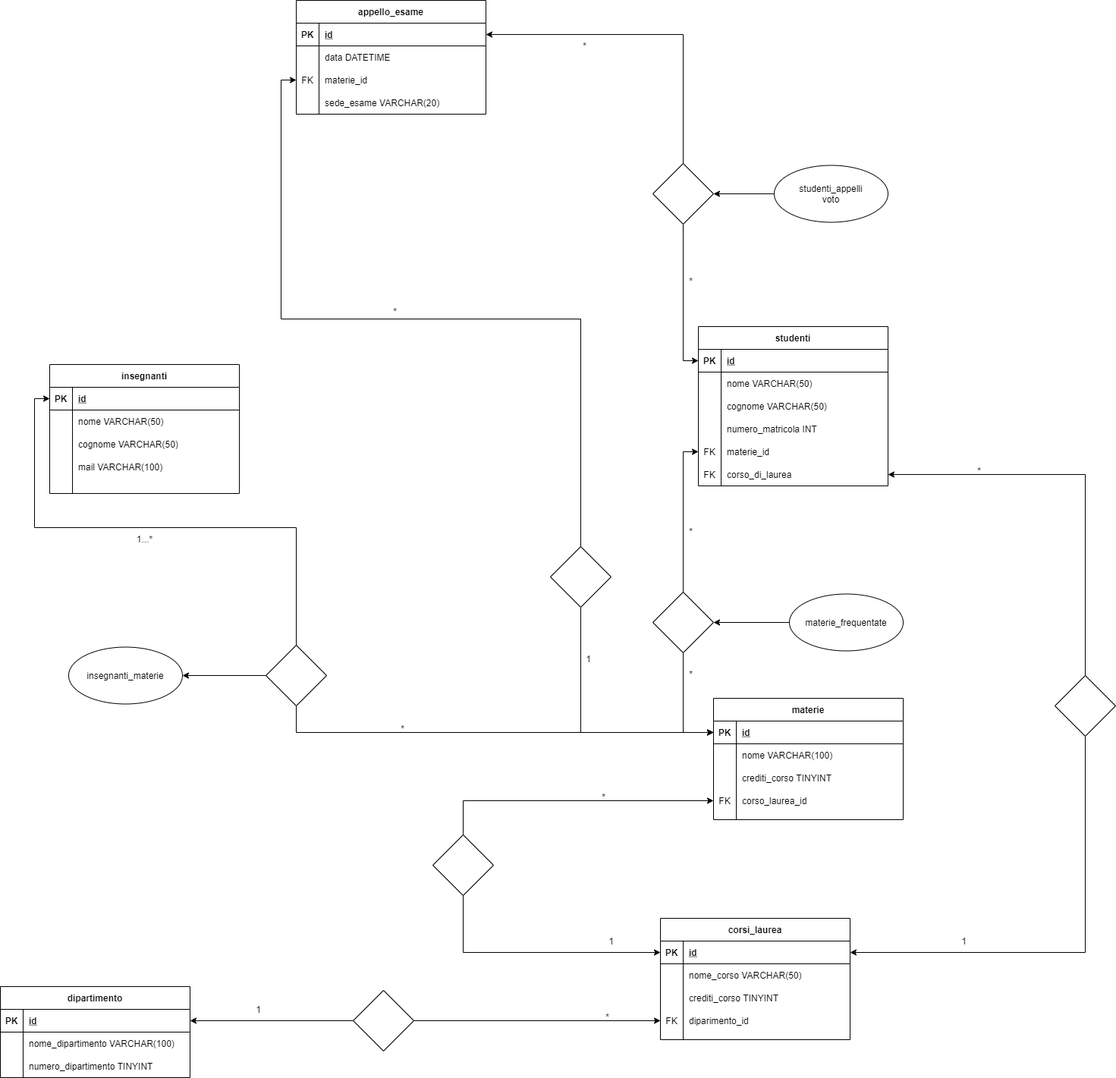
This is img/db-university.png from Sabelius/db-university, a draw.io export, as it was before one commit. Source tidied: cells renumbered, new cells last; positions are measured from the earlier drawing's top-left corner, leaving out a move shared by most shapes.
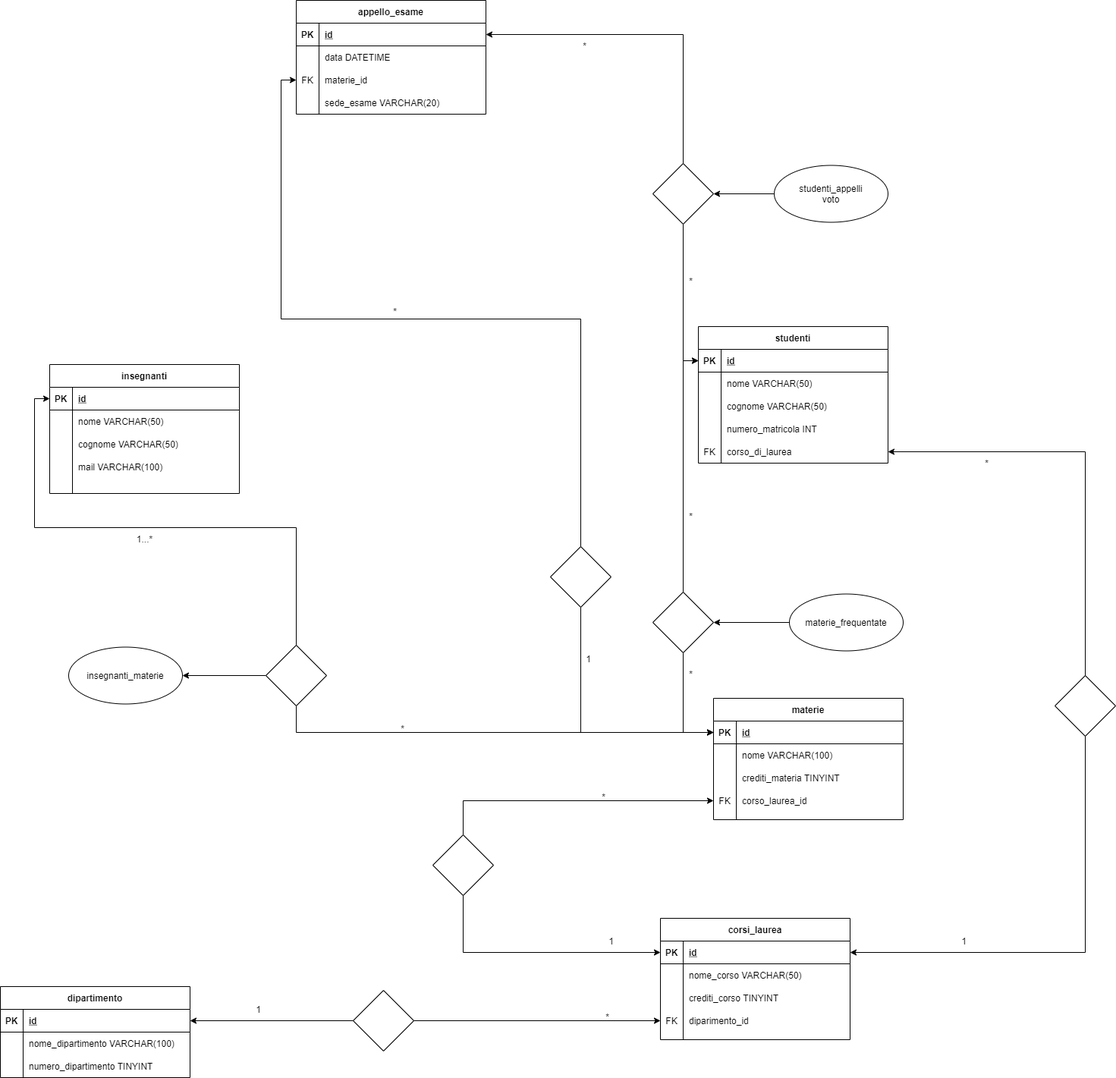
After the commit.

Commit message:
revisione diagramma

Change to the diagram source:
```diff
@@ -68,7 +68,7 @@
     <mxCell id="23" style="shape=partialRectangle;overflow=hidden;fillColor=none;top=0;left=0;bottom=0;right=0;" parent="22" vertex="1">
       <mxGeometry width="30" height="30" as="geometry" />
     </mxCell>
-    <mxCell id="24" value="crediti_corso TINYINT" style="shape=partialRectangle;overflow=hidden;fillColor=none;top=0;left=0;bottom=0;right=0;align=left;spacingLeft=6;" parent="22" vertex="1">
+    <mxCell id="24" value="crediti_materia TINYINT" style="shape=partialRectangle;overflow=hidden;fillColor=none;top=0;left=0;bottom=0;right=0;align=left;spacingLeft=6;" parent="22" vertex="1">
       <mxGeometry x="30" width="220" height="30" as="geometry" />
     </mxCell>
     <mxCell id="25" style="shape=partialRectangle;fillColor=none;points=[[0,0.5],[1,0.5]];portConstraint=eastwest;top=0;left=0;right=0;bottom=0;" parent="15" vertex="1">
@@ -204,7 +204,7 @@
       <mxGeometry x="90" y="852.5" width="150" height="75" as="geometry" />
     </mxCell>
     <mxCell id="69" value="studenti" style="shape=table;startSize=30;rowLines=0;fontStyle=1;align=center;" parent="1" vertex="1">
-      <mxGeometry x="920" y="430" width="250" height="210" as="geometry" />
+      <mxGeometry x="920" y="430" width="250" height="180" as="geometry" />
     </mxCell>
     <mxCell id="70" style="shape=partialRectangle;fillColor=none;points=[[0,0.5],[1,0.5]];portConstraint=eastwest;top=0;left=0;right=0;bottom=1;" parent="69" vertex="1">
       <mxGeometry y="30" width="250" height="30" as="geometry" />
@@ -242,17 +242,8 @@
     <mxCell id="81" value="numero_matricola INT" style="shape=partialRectangle;overflow=hidden;fillColor=none;top=0;left=0;bottom=0;right=0;align=left;spacingLeft=6;" parent="79" vertex="1">
       <mxGeometry x="30" width="220" height="30" as="geometry" />
     </mxCell>
-    <mxCell id="82" style="shape=partialRectangle;fillColor=none;points=[[0,0.5],[1,0.5]];portConstraint=eastwest;top=0;left=0;right=0;bottom=0;" parent="69" vertex="1">
-      <mxGeometry y="150" width="250" height="30" as="geometry" />
-    </mxCell>
-    <mxCell id="83" value="FK" style="shape=partialRectangle;overflow=hidden;fillColor=none;top=0;left=0;bottom=0;right=0;" parent="82" vertex="1">
-      <mxGeometry width="30" height="30" as="geometry" />
-    </mxCell>
-    <mxCell id="84" value="materie_id" style="shape=partialRectangle;overflow=hidden;fillColor=none;top=0;left=0;bottom=0;right=0;align=left;spacingLeft=6;" parent="82" vertex="1">
-      <mxGeometry x="30" width="220" height="30" as="geometry" />
-    </mxCell>
     <mxCell id="85" style="shape=partialRectangle;fillColor=none;points=[[0,0.5],[1,0.5]];portConstraint=eastwest;top=0;left=0;right=0;bottom=0;" parent="69" vertex="1">
-      <mxGeometry y="180" width="250" height="30" as="geometry" />
+      <mxGeometry y="150" width="250" height="30" as="geometry" />
     </mxCell>
     <mxCell id="86" value="FK" style="shape=partialRectangle;overflow=hidden;fillColor=none;top=0;left=0;bottom=0;right=0;" parent="85" vertex="1">
       <mxGeometry width="30" height="30" as="geometry" />
@@ -263,14 +254,14 @@
     <mxCell id="88" style="edgeStyle=orthogonalEdgeStyle;rounded=0;jettySize=auto;html=1;exitX=0.5;exitY=1;exitDx=0;exitDy=0;entryX=0;entryY=0.5;entryDx=0;entryDy=0;" parent="1" edge="1" source="90" target="16">
       <mxGeometry relative="1" as="geometry" />
     </mxCell>
-    <mxCell id="89" style="edgeStyle=orthogonalEdgeStyle;rounded=0;jettySize=auto;html=1;entryX=0;entryY=0.5;entryDx=0;entryDy=0;" parent="1" edge="1" source="90" target="82">
-      <mxGeometry relative="1" as="geometry" />
-    </mxCell>
+    <mxCell id="127" style="edgeStyle=orthogonalEdgeStyle;rounded=0;jettySize=auto;html=1;entryX=0;entryY=0.5;entryDx=0;entryDy=0;" parent="1" edge="1" source="90" target="70">
+      <mxGeometry relative="1" as="geometry" />
+    </mxCell>
     <mxCell id="90" style="rhombus;whiteSpace=wrap;html=1;" parent="1" vertex="1">
       <mxGeometry x="860" y="780" width="80" height="80" as="geometry" />
     </mxCell>
     <mxCell id="91" value="*" style="text;html=1;align=center;verticalAlign=middle;strokeColor=none;fillColor=none;" parent="1" vertex="1">
-      <mxGeometry x="900" y="690" width="20" height="20" as="geometry" />
+      <mxGeometry x="900" y="670" width="20" height="20" as="geometry" />
     </mxCell>
     <mxCell id="92" value="1" style="text;html=1;align=center;verticalAlign=middle;strokeColor=none;fillColor=none;" parent="1" vertex="1">
       <mxGeometry x="330" y="1320" width="20" height="20" as="geometry" />
@@ -369,7 +360,7 @@
       <mxGeometry x="1390" y="890" width="80" height="80" as="geometry" />
     </mxCell>
     <mxCell id="124" value="*" style="text;html=1;align=center;verticalAlign=middle;strokeColor=none;fillColor=none;" parent="1" vertex="1">
-      <mxGeometry x="1280" y="610" width="20" height="20" as="geometry" />
+      <mxGeometry x="1290" y="600" width="20" height="20" as="geometry" />
     </mxCell>
     <mxCell id="125" value="1" style="text;html=1;align=center;verticalAlign=middle;strokeColor=none;fillColor=none;" parent="1" vertex="1">
       <mxGeometry x="1260" y="1230" width="20" height="20" as="geometry" />
```
